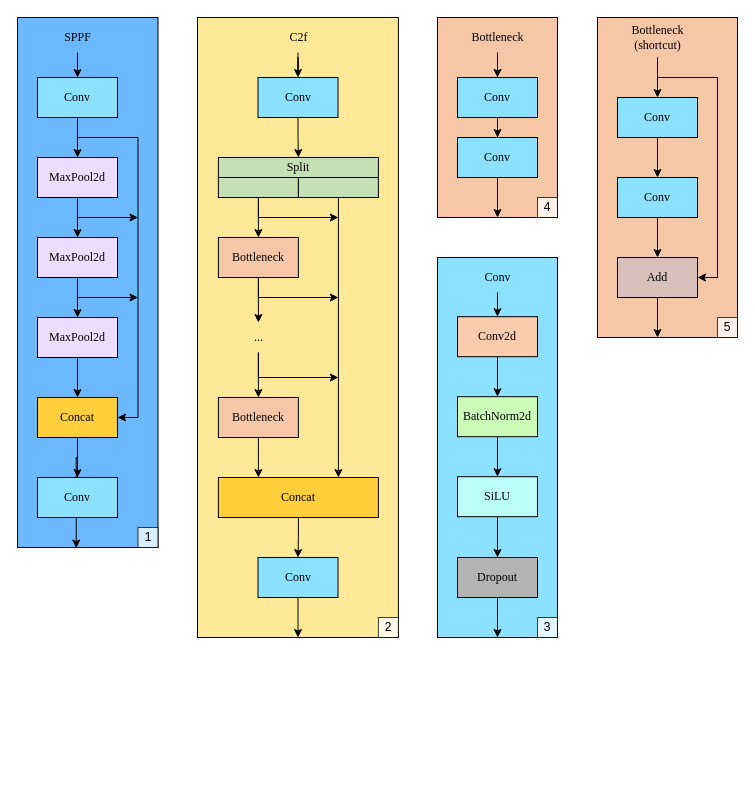
Earlier version of the draw.io diagram writing/work/imgs/ai/yolov8_parts.drawio (JuuuF/masterarbeit). Source tidied: cells renumbered, new cells numbered last; positions are measured from the earlier drawing's top-left corner, leaving out a move shared by most shapes. Both pictures are drawn from the tidied source at 100%, with x=0, y=0 at pixel (17, 17).
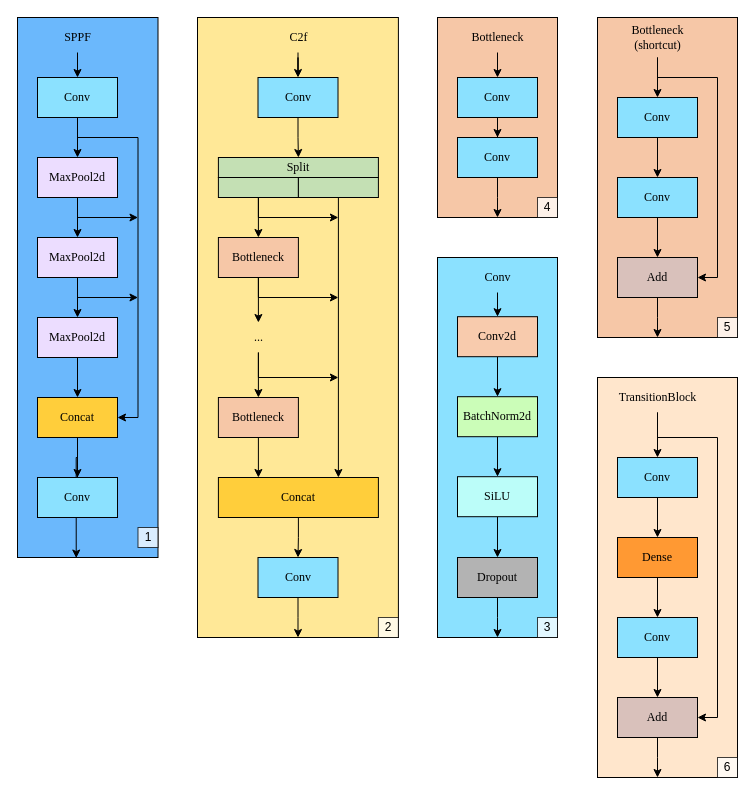
After the change.

What changed in the source:
```diff
@@
     <mxCell id="62" style="group;fontFamily=Garamond;" parent="1" vertex="1">
-      <mxGeometry y="5" width="140.5" height="525" as="geometry" />
+      <mxGeometry y="5" width="140.5" height="535" as="geometry" />
     </mxCell>
     <mxCell id="63" style="group;fontFamily=Garamond;" parent="62" vertex="1">
-      <mxGeometry y="15" width="140.5" height="510" as="geometry" />
+      <mxGeometry y="15" width="140.5" height="520" as="geometry" />
     </mxCell>
     <mxCell id="64" style="whiteSpace=wrap;html=1;fillColor=#6BB8FC;fontFamily=Garamond;" parent="63" vertex="1">
-      <mxGeometry y="-20" width="140.5" height="530" as="geometry" />
+      <mxGeometry y="-20" width="140.5" height="540" as="geometry" />
     </mxCell>
@@
+    <mxCell id="83" style="group;" parent="1" vertex="1">
+      <mxGeometry x="580" y="360" width="140" height="400" as="geometry" />
+    </mxCell>
+    <mxCell id="84" style="whiteSpace=wrap;html=1;fillColor=#FFE6CC;fontFamily=Garamond;" parent="83" vertex="1">
+      <mxGeometry width="140" height="400" as="geometry" />
+    </mxCell>
+    <mxCell id="85" style="edgeStyle=orthogonalEdgeStyle;rounded=0;jettySize=auto;html=1;" parent="83" edge="1" source="87" target="89">
+      <mxGeometry relative="1" as="geometry" />
+    </mxCell>
+    <mxCell id="86" style="edgeStyle=orthogonalEdgeStyle;rounded=0;jettySize=auto;html=1;" parent="83" edge="1" source="87" target="95">
+      <mxGeometry relative="1" as="geometry">
+        <Array as="points">
+          <mxPoint x="60" y="60" />
+          <mxPoint x="120" y="60" />
+          <mxPoint x="120" y="340" />
+        </Array>
+      </mxGeometry>
+    </mxCell>
+    <mxCell id="87" value="TransitionBlock" style="text;html=1;align=center;verticalAlign=middle;points=[];strokeColor=none;fillColor=none;fontFamily=Garamond;" parent="83" vertex="1">
+      <mxGeometry x="10" y="5" width="100" height="30" as="geometry" />
+    </mxCell>
+    <mxCell id="88" style="edgeStyle=orthogonalEdgeStyle;rounded=0;jettySize=auto;html=1;" parent="83" edge="1" source="89" target="91">
+      <mxGeometry relative="1" as="geometry" />
+    </mxCell>
+    <mxCell id="89" value="Conv" style="whiteSpace=wrap;html=1;fillColor=#8BE1FF;fontColor=#000000;fontFamily=Garamond;" parent="83" vertex="1">
+      <mxGeometry x="20" y="80" width="80" height="40" as="geometry" />
+    </mxCell>
+    <mxCell id="90" style="edgeStyle=orthogonalEdgeStyle;rounded=0;jettySize=auto;html=1;" parent="83" edge="1" source="91" target="93">
+      <mxGeometry relative="1" as="geometry" />
+    </mxCell>
+    <mxCell id="91" value="Dense" style="whiteSpace=wrap;html=1;fillColor=#FF9933;fontColor=#000000;fontFamily=Garamond;" parent="83" vertex="1">
+      <mxGeometry x="20" y="160" width="80" height="40" as="geometry" />
+    </mxCell>
+    <mxCell id="92" style="edgeStyle=orthogonalEdgeStyle;rounded=0;jettySize=auto;html=1;" parent="83" edge="1" source="93" target="95">
+      <mxGeometry relative="1" as="geometry" />
+    </mxCell>
+    <mxCell id="93" value="Conv" style="whiteSpace=wrap;html=1;fillColor=#8BE1FF;fontColor=#000000;fontFamily=Garamond;" parent="83" vertex="1">
+      <mxGeometry x="20" y="240" width="80" height="40" as="geometry" />
+    </mxCell>
+    <mxCell id="94" style="edgeStyle=orthogonalEdgeStyle;rounded=0;jettySize=auto;html=1;" parent="83" edge="1" source="95">
+      <mxGeometry relative="1" as="geometry">
+        <mxPoint x="60" y="400" as="targetPoint" />
+      </mxGeometry>
+    </mxCell>
+    <mxCell id="95" value="Add" style="whiteSpace=wrap;html=1;fillColor=#D9C1BB;fontColor=#000000;fontFamily=Garamond;" parent="83" vertex="1">
+      <mxGeometry x="20" y="320" width="80" height="40" as="geometry" />
+    </mxCell>
+    <mxCell id="96" value="6" style="whiteSpace=wrap;html=1;opacity=75;" parent="83" vertex="1">
+      <mxGeometry x="120" y="380" width="20" height="20" as="geometry" />
+    </mxCell>
```
